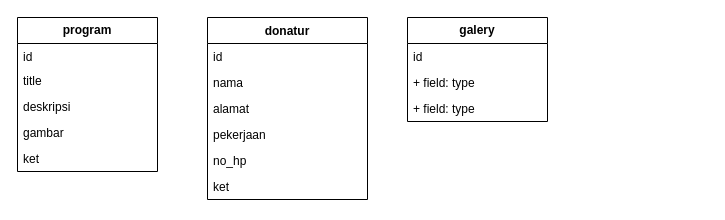
Earlier version of the draw.io diagram yayasan_aik.drawio (ancadev05/erd). Source tidied: cells renumbered, new cells numbered last; positions are measured from the earlier drawing's top-left corner, leaving out a move shared by most shapes. Both pictures are drawn from the tidied source at 100%, with x=0, y=0 at pixel (17, 17).
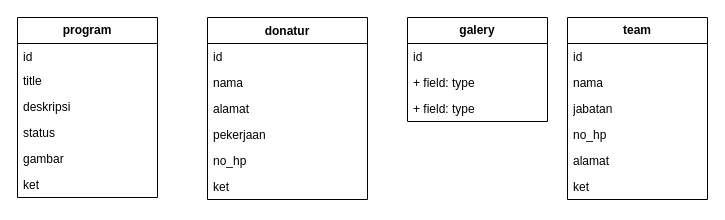
After the change.

Change to the diagram source:
```diff
@@
     <mxCell id="2" value="program" style="swimlane;fontStyle=1;horizontal=1;startSize=26;fillColor=none;whiteSpace=wrap;html=1;" parent="1" vertex="1">
-      <mxGeometry width="140" height="154" as="geometry" />
+      <mxGeometry width="140" height="180" as="geometry" />
     </mxCell>
@@
+    <mxCell id="19" value="status" style="text;strokeColor=none;fillColor=none;align=left;verticalAlign=top;spacingLeft=4;spacingRight=4;overflow=hidden;whiteSpace=wrap;html=1;" parent="2" vertex="1">
+      <mxGeometry y="102" width="140" height="26" as="geometry" />
+    </mxCell>
     <mxCell id="6" value="gambar" style="text;strokeColor=none;fillColor=none;align=left;verticalAlign=top;spacingLeft=4;spacingRight=4;overflow=hidden;whiteSpace=wrap;html=1;" parent="2" vertex="1">
-      <mxGeometry y="102" width="140" height="26" as="geometry" />
+      <mxGeometry y="128" width="140" height="26" as="geometry" />
     </mxCell>
     <mxCell id="7" value="ket" style="text;strokeColor=none;fillColor=none;align=left;verticalAlign=top;spacingLeft=4;spacingRight=4;overflow=hidden;whiteSpace=wrap;html=1;" parent="2" vertex="1">
-      <mxGeometry y="128" width="140" height="26" as="geometry" />
+      <mxGeometry y="154" width="140" height="26" as="geometry" />
     </mxCell>
@@
+    <mxCell id="20" value="team" style="swimlane;fontStyle=1;horizontal=1;startSize=26;fillColor=none;whiteSpace=wrap;html=1;" parent="1" vertex="1">
+      <mxGeometry x="550" width="140" height="182" as="geometry" />
+    </mxCell>
+    <mxCell id="21" value="id" style="text;strokeColor=none;fillColor=none;align=left;verticalAlign=top;spacingLeft=4;spacingRight=4;overflow=hidden;whiteSpace=wrap;html=1;" parent="20" vertex="1">
+      <mxGeometry y="26" width="140" height="26" as="geometry" />
+    </mxCell>
+    <mxCell id="22" value="nama" style="text;strokeColor=none;fillColor=none;align=left;verticalAlign=top;spacingLeft=4;spacingRight=4;overflow=hidden;whiteSpace=wrap;html=1;" parent="20" vertex="1">
+      <mxGeometry y="52" width="140" height="26" as="geometry" />
+    </mxCell>
+    <mxCell id="23" value="jabatan" style="text;strokeColor=none;fillColor=none;align=left;verticalAlign=top;spacingLeft=4;spacingRight=4;overflow=hidden;whiteSpace=wrap;html=1;" parent="20" vertex="1">
+      <mxGeometry y="78" width="140" height="26" as="geometry" />
+    </mxCell>
+    <mxCell id="24" value="no_hp" style="text;strokeColor=none;fillColor=none;align=left;verticalAlign=top;spacingLeft=4;spacingRight=4;overflow=hidden;whiteSpace=wrap;html=1;" parent="20" vertex="1">
+      <mxGeometry y="104" width="140" height="26" as="geometry" />
+    </mxCell>
+    <mxCell id="25" value="alamat" style="text;strokeColor=none;fillColor=none;align=left;verticalAlign=top;spacingLeft=4;spacingRight=4;overflow=hidden;whiteSpace=wrap;html=1;" parent="20" vertex="1">
+      <mxGeometry y="130" width="140" height="26" as="geometry" />
+    </mxCell>
+    <mxCell id="26" value="ket" style="text;strokeColor=none;fillColor=none;align=left;verticalAlign=top;spacingLeft=4;spacingRight=4;overflow=hidden;whiteSpace=wrap;html=1;" parent="20" vertex="1">
+      <mxGeometry y="156" width="140" height="26" as="geometry" />
+    </mxCell>
```
